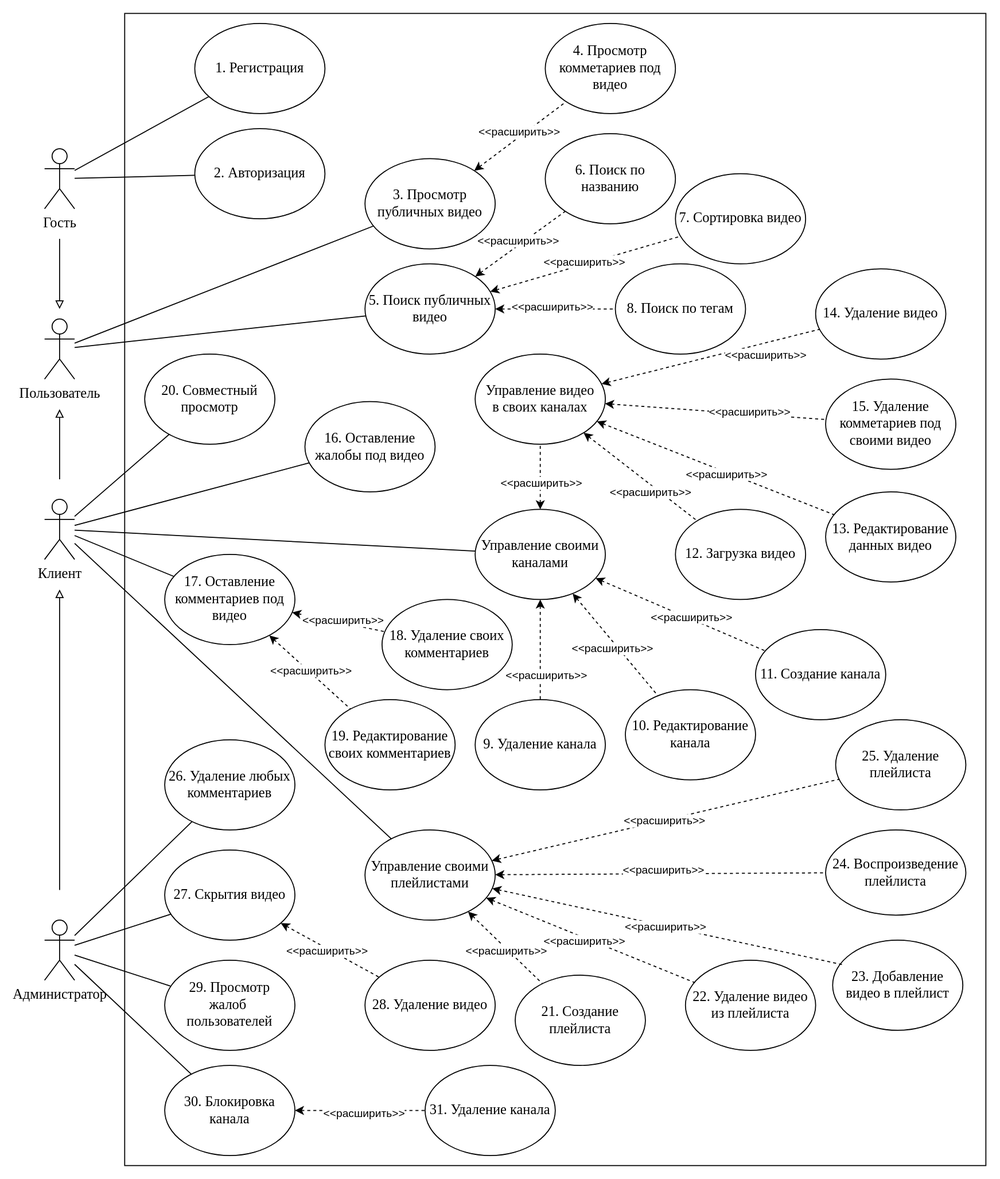
Before: USECASE.drawio.svg, a diagram exported from draw.io (DioMain/BYTUBE). Source tidied: cells renumbered, new cells last; positions are measured from the earlier drawing's top-left corner, leaving out a move shared by most shapes.
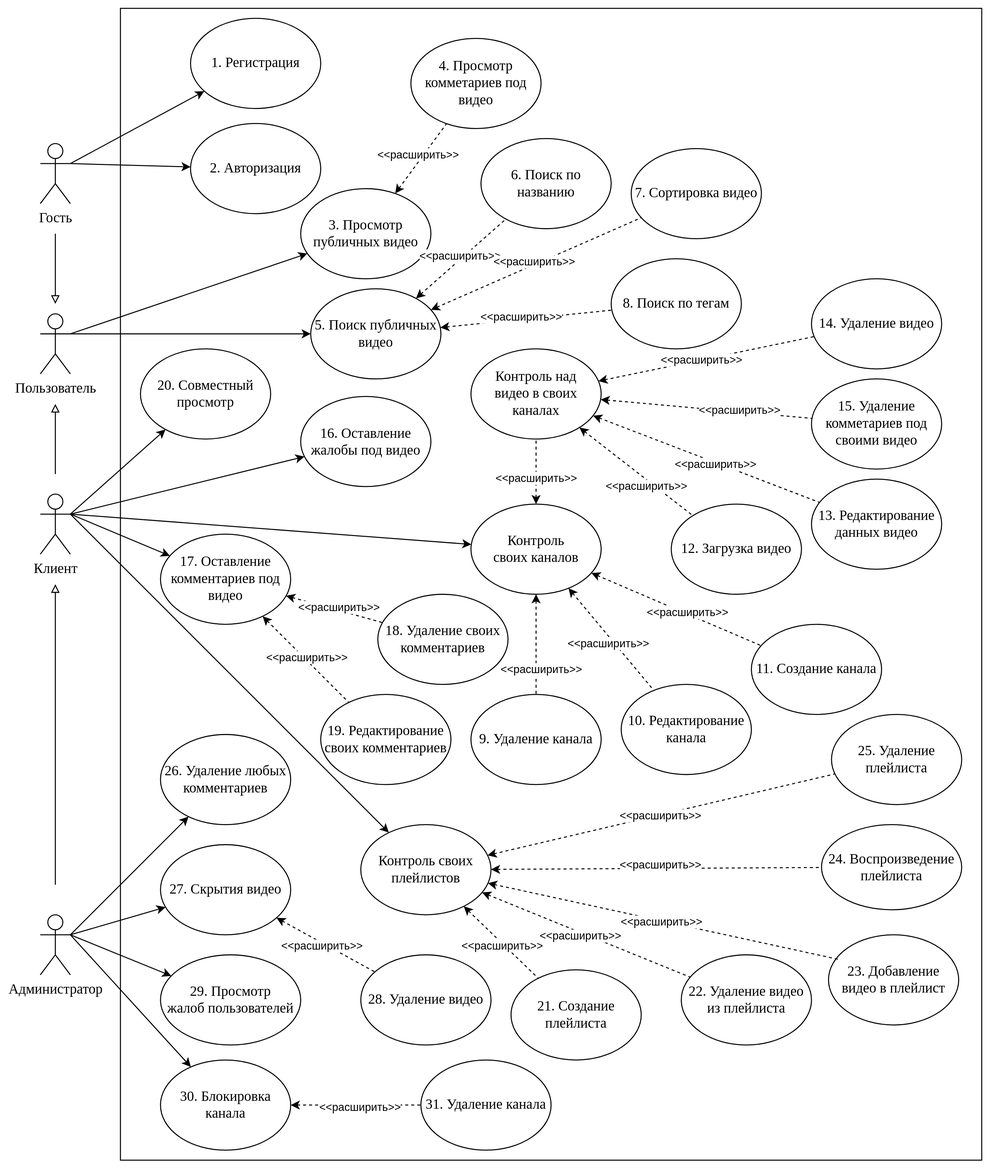
The same diagram one commit later.

The edit, as a diff of the source:
```diff
@@ -7,6 +7,6 @@
     </mxCell>
-    <mxCell id="3" style="rounded=0;jettySize=auto;html=1;endArrow=none;endFill=0;" parent="1" edge="1" source="5" target="25">
+    <mxCell id="3" style="edgeStyle=none;shape=connector;rounded=0;jettySize=auto;html=1;exitX=1;exitY=0.3333333333333333;exitDx=0;exitDy=0;exitPerimeter=0;strokeColor=default;align=center;verticalAlign=middle;fontFamily=Helvetica;fontSize=11;fontColor=default;labelBackgroundColor=default;endArrow=classic;" parent="1" edge="1" source="5" target="25">
       <mxGeometry relative="1" as="geometry" />
     </mxCell>
-    <mxCell id="4" style="edgeStyle=none;shape=connector;rounded=0;jettySize=auto;html=1;strokeColor=default;align=center;verticalAlign=middle;fontFamily=Helvetica;fontSize=11;fontColor=default;labelBackgroundColor=default;endArrow=none;endFill=0;" parent="1" edge="1" source="5" target="32">
+    <mxCell id="4" style="edgeStyle=none;shape=connector;rounded=0;jettySize=auto;html=1;exitX=1;exitY=0.3333333333333333;exitDx=0;exitDy=0;exitPerimeter=0;strokeColor=default;align=center;verticalAlign=middle;fontFamily=Helvetica;fontSize=11;fontColor=default;labelBackgroundColor=default;endArrow=classic;" parent="1" edge="1" source="5" target="32">
       <mxGeometry relative="1" as="geometry" />
@@ -16,14 +16,14 @@
     </mxCell>
+    <mxCell id="8" style="edgeStyle=none;shape=connector;rounded=0;orthogonalLoop=1;jettySize=auto;html=1;strokeColor=default;align=center;verticalAlign=middle;fontFamily=Helvetica;fontSize=11;fontColor=default;labelBackgroundColor=default;endArrow=block;endFill=0;" parent="1" edge="1">
+      <mxGeometry relative="1" as="geometry">
+        <mxPoint x="15" y="225" as="sourcePoint" />
+        <mxPoint x="15" y="295" as="targetPoint" />
+      </mxGeometry>
+    </mxCell>
-    <mxCell id="6" style="edgeStyle=none;shape=connector;rounded=0;jettySize=auto;html=1;strokeColor=default;align=center;verticalAlign=middle;fontFamily=Helvetica;fontSize=11;fontColor=default;labelBackgroundColor=default;endArrow=none;endFill=0;" parent="1" edge="1" source="9" target="33">
+    <mxCell id="6" style="rounded=0;jettySize=auto;html=1;exitX=1;exitY=0.3333333333333333;exitDx=0;exitDy=0;exitPerimeter=0;" parent="1" edge="1" source="9" target="33">
       <mxGeometry relative="1" as="geometry" />
     </mxCell>
-    <mxCell id="7" style="edgeStyle=none;shape=connector;rounded=0;jettySize=auto;html=1;strokeColor=default;align=center;verticalAlign=middle;fontFamily=Helvetica;fontSize=11;fontColor=default;labelBackgroundColor=default;endArrow=none;endFill=0;" parent="1" edge="1" source="9" target="34">
+    <mxCell id="7" style="edgeStyle=none;shape=connector;rounded=0;jettySize=auto;html=1;exitX=1;exitY=0.3333333333333333;exitDx=0;exitDy=0;exitPerimeter=0;strokeColor=default;align=center;verticalAlign=middle;fontFamily=Helvetica;fontSize=11;fontColor=default;labelBackgroundColor=default;endArrow=classic;" parent="1" edge="1" source="9" target="34">
       <mxGeometry relative="1" as="geometry" />
     </mxCell>
-    <mxCell id="8" style="edgeStyle=none;shape=connector;rounded=0;orthogonalLoop=1;jettySize=auto;html=1;strokeColor=default;align=center;verticalAlign=middle;fontFamily=Helvetica;fontSize=11;fontColor=default;labelBackgroundColor=default;endArrow=block;endFill=0;" parent="1" edge="1">
-      <mxGeometry relative="1" as="geometry">
-        <mxPoint x="15" y="225" as="sourcePoint" />
-        <mxPoint x="15" y="295" as="targetPoint" />
-      </mxGeometry>
-    </mxCell>
     <mxCell id="9" value="Гость" style="shape=umlActor;verticalLabelPosition=bottom;verticalAlign=top;html=1;outlineConnect=0;fontFamily=Times New Roman;fontSize=14;" parent="1" vertex="1">
@@ -37,17 +37,17 @@
     </mxCell>
-    <mxCell id="11" style="edgeStyle=none;shape=connector;rounded=0;jettySize=auto;html=1;strokeColor=default;align=center;verticalAlign=middle;fontFamily=Helvetica;fontSize=11;fontColor=default;labelBackgroundColor=default;endArrow=none;endFill=0;" parent="1" edge="1" source="16" target="52">
-      <mxGeometry relative="1" as="geometry" />
-    </mxCell>
-    <mxCell id="12" style="edgeStyle=none;shape=connector;rounded=0;jettySize=auto;html=1;strokeColor=default;align=center;verticalAlign=middle;fontFamily=Helvetica;fontSize=11;fontColor=default;labelBackgroundColor=default;endArrow=none;endFill=0;" parent="1" edge="1" source="16" target="64">
-      <mxGeometry relative="1" as="geometry" />
-    </mxCell>
+    <mxCell id="15" style="edgeStyle=none;shape=connector;rounded=0;jettySize=auto;html=1;exitX=1;exitY=0.3333333333333333;exitDx=0;exitDy=0;exitPerimeter=0;strokeColor=default;align=center;verticalAlign=middle;fontFamily=Helvetica;fontSize=11;fontColor=default;labelBackgroundColor=default;endArrow=classic;" parent="1" edge="1" source="16" target="94">
+      <mxGeometry relative="1" as="geometry" />
+    </mxCell>
-    <mxCell id="13" style="edgeStyle=none;shape=connector;rounded=0;jettySize=auto;html=1;strokeColor=default;align=center;verticalAlign=middle;fontFamily=Helvetica;fontSize=11;fontColor=default;labelBackgroundColor=default;endArrow=none;endFill=0;" parent="1" edge="1" source="16" target="84">
+    <mxCell id="13" style="edgeStyle=none;shape=connector;rounded=0;jettySize=auto;html=1;exitX=1;exitY=0.3333333333333333;exitDx=0;exitDy=0;exitPerimeter=0;strokeColor=default;align=center;verticalAlign=middle;fontFamily=Helvetica;fontSize=11;fontColor=default;labelBackgroundColor=default;endArrow=classic;" parent="1" edge="1" source="16" target="84">
       <mxGeometry relative="1" as="geometry" />
     </mxCell>
-    <mxCell id="14" style="edgeStyle=none;shape=connector;rounded=0;jettySize=auto;html=1;strokeColor=default;align=center;verticalAlign=middle;fontFamily=Helvetica;fontSize=11;fontColor=default;labelBackgroundColor=default;endArrow=none;endFill=0;" parent="1" edge="1" source="16" target="91">
+    <mxCell id="14" style="edgeStyle=none;shape=connector;rounded=0;jettySize=auto;html=1;exitX=1;exitY=0.3333333333333333;exitDx=0;exitDy=0;exitPerimeter=0;strokeColor=default;align=center;verticalAlign=middle;fontFamily=Helvetica;fontSize=11;fontColor=default;labelBackgroundColor=default;endArrow=classic;" parent="1" edge="1" source="16" target="91">
       <mxGeometry relative="1" as="geometry" />
     </mxCell>
-    <mxCell id="15" style="edgeStyle=none;shape=connector;rounded=0;jettySize=auto;html=1;strokeColor=default;align=center;verticalAlign=middle;fontFamily=Helvetica;fontSize=11;fontColor=default;labelBackgroundColor=default;endArrow=none;endFill=0;" parent="1" edge="1" source="16" target="94">
-      <mxGeometry relative="1" as="geometry" />
-    </mxCell>
+    <mxCell id="12" style="edgeStyle=none;shape=connector;rounded=0;jettySize=auto;html=1;exitX=1;exitY=0.3333333333333333;exitDx=0;exitDy=0;exitPerimeter=0;strokeColor=default;align=center;verticalAlign=middle;fontFamily=Helvetica;fontSize=11;fontColor=default;labelBackgroundColor=default;endArrow=classic;" parent="1" edge="1" source="16" target="64">
+      <mxGeometry relative="1" as="geometry" />
+    </mxCell>
+    <mxCell id="11" style="edgeStyle=none;shape=connector;rounded=0;jettySize=auto;html=1;exitX=1;exitY=0.3333333333333333;exitDx=0;exitDy=0;exitPerimeter=0;strokeColor=default;align=center;verticalAlign=middle;fontFamily=Helvetica;fontSize=11;fontColor=default;labelBackgroundColor=default;endArrow=classic;" parent="1" edge="1" source="16" target="52">
+      <mxGeometry relative="1" as="geometry" />
+    </mxCell>
     <mxCell id="16" value="Клиент" style="shape=umlActor;verticalLabelPosition=bottom;verticalAlign=top;html=1;outlineConnect=0;fontFamily=Times New Roman;fontSize=14;" parent="1" vertex="1">
@@ -61,12 +61,12 @@
     </mxCell>
+    <mxCell id="20" style="edgeStyle=none;shape=connector;rounded=0;jettySize=auto;html=1;exitX=1;exitY=0.3333333333333333;exitDx=0;exitDy=0;exitPerimeter=0;strokeColor=default;align=center;verticalAlign=middle;fontFamily=Helvetica;fontSize=11;fontColor=default;labelBackgroundColor=default;endArrow=classic;" parent="1" edge="1" source="22" target="39">
+      <mxGeometry relative="1" as="geometry" />
+    </mxCell>
-    <mxCell id="18" style="edgeStyle=none;shape=connector;rounded=0;jettySize=auto;html=1;strokeColor=default;align=center;verticalAlign=middle;fontFamily=Helvetica;fontSize=11;fontColor=default;labelBackgroundColor=default;endArrow=none;endFill=0;" parent="1" edge="1" source="22" target="37">
+    <mxCell id="18" style="edgeStyle=none;shape=connector;rounded=0;jettySize=auto;html=1;exitX=1;exitY=0.3333333333333333;exitDx=0;exitDy=0;exitPerimeter=0;strokeColor=default;align=center;verticalAlign=middle;fontFamily=Helvetica;fontSize=11;fontColor=default;labelBackgroundColor=default;endArrow=classic;" parent="1" edge="1" source="22" target="37">
       <mxGeometry relative="1" as="geometry" />
     </mxCell>
-    <mxCell id="19" style="edgeStyle=none;shape=connector;rounded=0;jettySize=auto;html=1;strokeColor=default;align=center;verticalAlign=middle;fontFamily=Helvetica;fontSize=11;fontColor=default;labelBackgroundColor=default;endArrow=none;endFill=0;" parent="1" edge="1" source="22" target="38">
+    <mxCell id="19" style="edgeStyle=none;shape=connector;rounded=0;jettySize=auto;html=1;exitX=1;exitY=0.3333333333333333;exitDx=0;exitDy=0;exitPerimeter=0;strokeColor=default;align=center;verticalAlign=middle;fontFamily=Helvetica;fontSize=11;fontColor=default;labelBackgroundColor=default;endArrow=classic;" parent="1" edge="1" source="22" target="38">
       <mxGeometry relative="1" as="geometry" />
     </mxCell>
-    <mxCell id="20" style="edgeStyle=none;shape=connector;rounded=0;jettySize=auto;html=1;strokeColor=default;align=center;verticalAlign=middle;fontFamily=Helvetica;fontSize=11;fontColor=default;labelBackgroundColor=default;endArrow=none;endFill=0;" parent="1" edge="1" source="22" target="39">
-      <mxGeometry relative="1" as="geometry" />
-    </mxCell>
-    <mxCell id="21" style="edgeStyle=none;rounded=0;jettySize=auto;html=1;endArrow=none;endFill=0;" parent="1" edge="1" source="22" target="97">
+    <mxCell id="21" style="edgeStyle=none;shape=connector;rounded=0;jettySize=auto;html=1;exitX=1;exitY=0.3333333333333333;exitDx=0;exitDy=0;exitPerimeter=0;strokeColor=default;align=center;verticalAlign=middle;fontFamily=Helvetica;fontSize=11;fontColor=default;labelBackgroundColor=default;endArrow=classic;" parent="1" edge="1" source="22" target="97">
       <mxGeometry relative="1" as="geometry" />
@@ -83,3 +83,3 @@
     <mxCell id="25" value="3. Просмотр публичных видео" style="ellipse;whiteSpace=wrap;html=1;fontFamily=Times New Roman;fontSize=14;" parent="1" vertex="1">
-      <mxGeometry x="320" y="145" width="130" height="90" as="geometry" />
+      <mxGeometry x="260" y="180" width="130" height="90" as="geometry" />
     </mxCell>
@@ -106,3 +106,3 @@
     <mxCell id="32" value="5. Поиск публичных видео" style="ellipse;whiteSpace=wrap;html=1;fontFamily=Times New Roman;fontSize=14;" parent="1" vertex="1">
-      <mxGeometry x="320" y="250" width="130" height="90" as="geometry" />
+      <mxGeometry x="270" y="280" width="130" height="90" as="geometry" />
     </mxCell>
@@ -123,4 +123,4 @@
     </mxCell>
-    <mxCell id="38" value="&lt;span style=&quot;font-size: 14px; font-family: &amp;quot;Times New Roman&amp;quot;, serif;&quot;&gt;29. Просмотр&lt;br style=&quot;font-size: 14px;&quot;&gt;жалоб&amp;nbsp;&lt;/span&gt;&lt;div&gt;&lt;span style=&quot;font-size: 14px; font-family: &amp;quot;Times New Roman&amp;quot;, serif;&quot;&gt;пользователей&lt;/span&gt;&lt;/div&gt;" style="ellipse;whiteSpace=wrap;html=1;fontFamily=Times New Roman;fontSize=14;" parent="1" vertex="1">
-      <mxGeometry x="120" y="945" width="130" height="90" as="geometry" />
+    <mxCell id="38" value="&lt;span style=&quot;font-size: 14px; font-family: &amp;quot;Times New Roman&amp;quot;, serif;&quot;&gt;29. Просмотр&lt;br style=&quot;font-size: 14px;&quot;&gt;жалоб&amp;nbsp;&lt;/span&gt;&lt;span style=&quot;font-family: &amp;quot;Times New Roman&amp;quot;, serif; background-color: initial;&quot;&gt;пользователей&lt;/span&gt;" style="ellipse;whiteSpace=wrap;html=1;fontFamily=Times New Roman;fontSize=14;" parent="1" vertex="1">
+      <mxGeometry x="120" y="945" width="140" height="90" as="geometry" />
     </mxCell>
@@ -130,3 +130,3 @@
     <mxCell id="40" value="6. Поиск по названию" style="ellipse;whiteSpace=wrap;html=1;fontFamily=Times New Roman;fontSize=14;" parent="1" vertex="1">
-      <mxGeometry x="500" y="120" width="130" height="90" as="geometry" />
+      <mxGeometry x="440" y="130" width="130" height="90" as="geometry" />
     </mxCell>
@@ -136,3 +136,3 @@
     <mxCell id="42" value="7. Сортировка видео" style="ellipse;whiteSpace=wrap;html=1;fontFamily=Times New Roman;fontSize=14;" parent="1" vertex="1">
-      <mxGeometry x="630" y="160" width="130" height="90" as="geometry" />
+      <mxGeometry x="590" y="140" width="130" height="90" as="geometry" />
     </mxCell>
@@ -169,3 +169,3 @@
     </mxCell>
-    <mxCell id="52" value="&lt;font face=&quot;Times New Roman, serif&quot;&gt;Управление своими каналами&lt;/font&gt;" style="ellipse;whiteSpace=wrap;html=1;fontFamily=Times New Roman;fontSize=14;" parent="1" vertex="1">
+    <mxCell id="52" value="&lt;span style=&quot;font-family: &amp;quot;Times New Roman&amp;quot;, serif;&quot;&gt;Контроль&lt;/span&gt;&lt;div&gt;&lt;font face=&quot;Times New Roman, serif&quot;&gt;своих каналов&lt;/font&gt;&lt;/div&gt;" style="ellipse;whiteSpace=wrap;html=1;fontFamily=Times New Roman;fontSize=14;" parent="1" vertex="1">
       <mxGeometry x="430" y="495" width="130" height="90" as="geometry" />
@@ -205,3 +205,3 @@
     </mxCell>
-    <mxCell id="64" value="&lt;font face=&quot;Times New Roman, serif&quot;&gt;Управление своими плейлистами&lt;/font&gt;" style="ellipse;whiteSpace=wrap;html=1;fontFamily=Times New Roman;fontSize=14;" parent="1" vertex="1">
+    <mxCell id="64" value="&lt;font face=&quot;Times New Roman, serif&quot;&gt;Контроль своих плейлистов&lt;/font&gt;" style="ellipse;whiteSpace=wrap;html=1;fontFamily=Times New Roman;fontSize=14;" parent="1" vertex="1">
       <mxGeometry x="320" y="815" width="130" height="90" as="geometry" />
@@ -252,3 +252,3 @@
       <mxGeometry x="0.44" y="2" relative="1" as="geometry">
-        <mxPoint x="7" y="12" as="offset" />
+        <mxPoint x="-52" y="12" as="offset" />
       </mxGeometry>
@@ -261,3 +261,3 @@
     </mxCell>
-    <mxCell id="80" value="&lt;font face=&quot;Times New Roman, serif&quot;&gt;Управление видео&lt;/font&gt;&lt;div&gt;&lt;font face=&quot;Times New Roman, serif&quot;&gt;в своих каналах&lt;/font&gt;&lt;/div&gt;" style="ellipse;whiteSpace=wrap;html=1;fontFamily=Times New Roman;fontSize=14;" parent="1" vertex="1">
+    <mxCell id="80" value="&lt;font face=&quot;Times New Roman, serif&quot;&gt;Контроль над видео&amp;nbsp;&lt;/font&gt;&lt;span style=&quot;font-family: &amp;quot;Times New Roman&amp;quot;, serif; background-color: initial;&quot;&gt;в своих каналах&lt;/span&gt;" style="ellipse;whiteSpace=wrap;html=1;fontFamily=Times New Roman;fontSize=14;" parent="1" vertex="1">
       <mxGeometry x="430" y="340" width="130" height="90" as="geometry" />
@@ -265,3 +265,3 @@
     <mxCell id="81" value="&lt;font face=&quot;Times New Roman, serif&quot;&gt;14. Удаление видео&lt;/font&gt;" style="ellipse;whiteSpace=wrap;html=1;fontFamily=Times New Roman;fontSize=14;" parent="1" vertex="1">
-      <mxGeometry x="770" y="255" width="130" height="90" as="geometry" />
+      <mxGeometry x="770" y="270" width="130" height="90" as="geometry" />
     </mxCell>
@@ -271,3 +271,3 @@
     <mxCell id="83" value="&lt;font face=&quot;Times New Roman, serif&quot;&gt;13. Редактирование данных видео&lt;/font&gt;" style="ellipse;whiteSpace=wrap;html=1;fontFamily=Times New Roman;fontSize=14;" parent="1" vertex="1">
-      <mxGeometry x="780" y="477.5" width="130" height="90" as="geometry" />
+      <mxGeometry x="770" y="470" width="130" height="90" as="geometry" />
     </mxCell>
@@ -277,6 +277,6 @@
     <mxCell id="85" value="4. Просмотр комметариев под видео" style="ellipse;whiteSpace=wrap;html=1;fontFamily=Times New Roman;fontSize=14;" parent="1" vertex="1">
-      <mxGeometry x="500" y="10" width="130" height="90" as="geometry" />
+      <mxGeometry x="370" y="30" width="130" height="90" as="geometry" />
     </mxCell>
     <mxCell id="86" value="&lt;font face=&quot;Times New Roman, serif&quot;&gt;15. Удаление комметариев под своими видео&lt;/font&gt;" style="ellipse;whiteSpace=wrap;html=1;fontFamily=Times New Roman;fontSize=14;" parent="1" vertex="1">
-      <mxGeometry x="780" y="365" width="130" height="90" as="geometry" />
+      <mxGeometry x="770" y="370" width="130" height="90" as="geometry" />
     </mxCell>
@@ -297,3 +297,3 @@
     <mxCell id="91" value="&lt;font face=&quot;Times New Roman, serif&quot;&gt;17. Оставление комментариев под видео&lt;/font&gt;" style="ellipse;whiteSpace=wrap;html=1;fontFamily=Times New Roman;fontSize=14;" parent="1" vertex="1">
-      <mxGeometry x="120" y="540" width="130" height="90" as="geometry" />
+      <mxGeometry x="120" y="525" width="130" height="90" as="geometry" />
     </mxCell>
```
